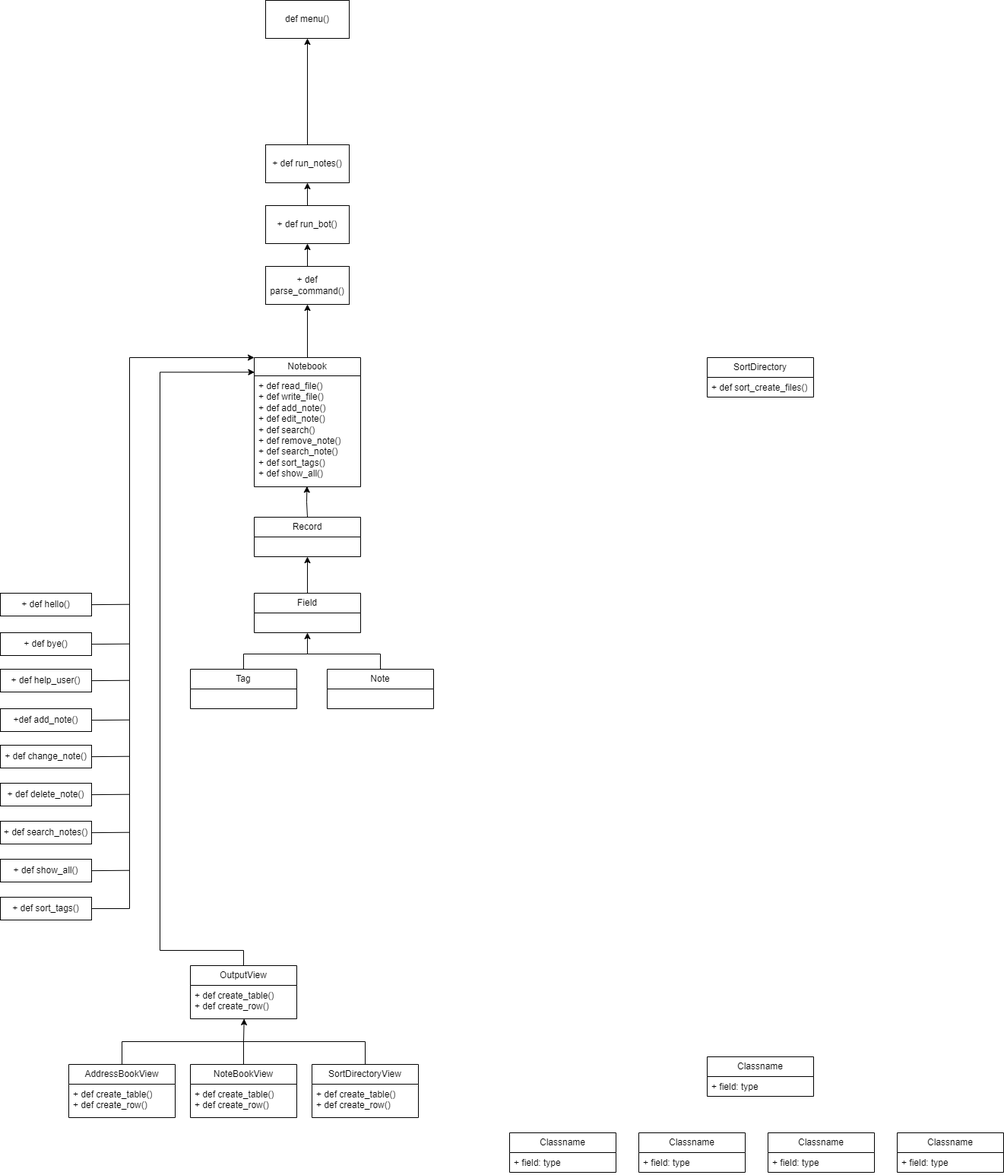
The draw.io diagram Untitled Diagram.drawio.png in dragomar14/WEB-HW-01, before a commit. Source tidied: cells renumbered, new cells last; positions are measured from the earlier drawing's top-left corner, leaving out a move shared by most shapes.
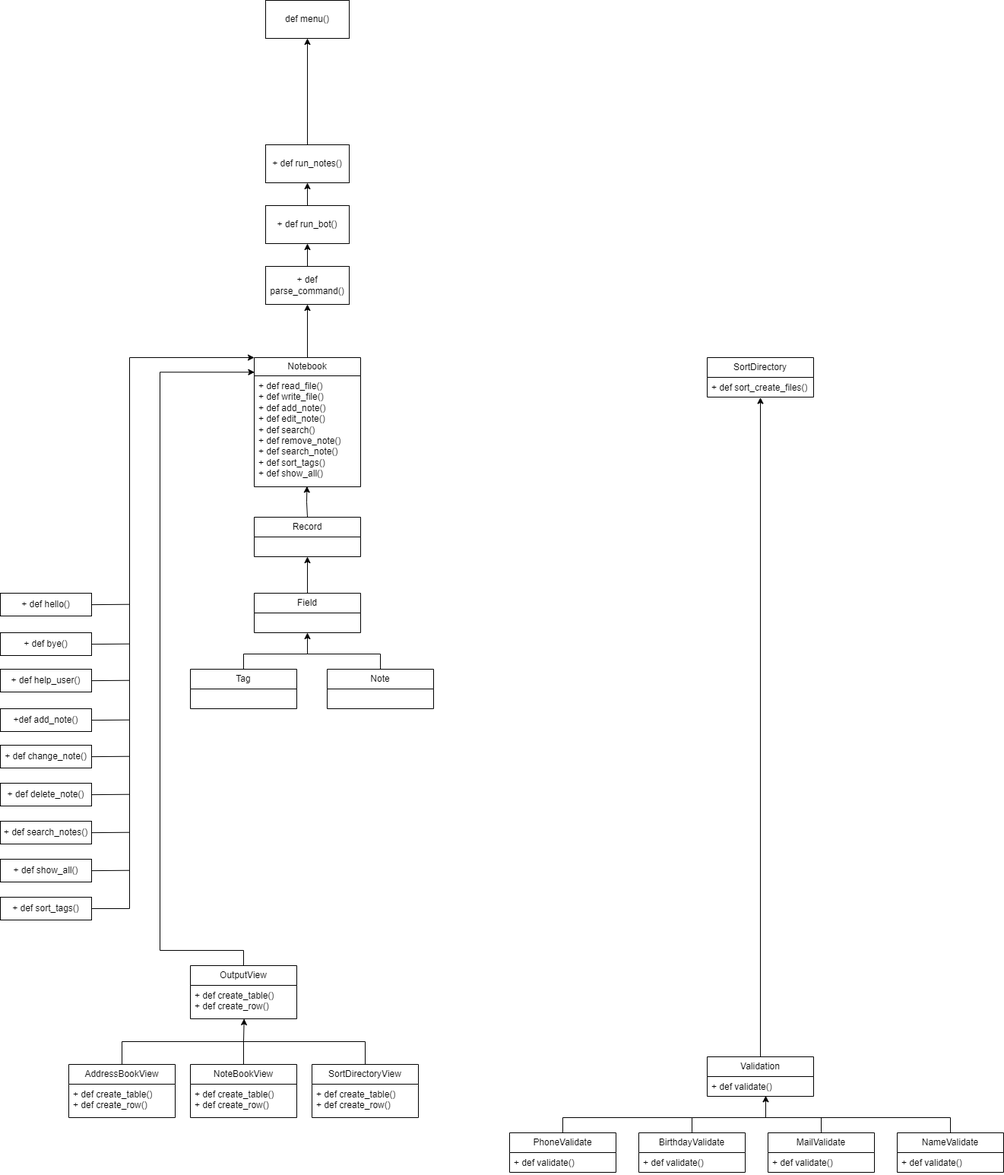
Above is the later version.

The edit, as a diff of the source:
```diff
@@ -207,34 +207,45 @@
         </Array>
       </mxGeometry>
     </mxCell>
-    <mxCell id="50" value="Classname" style="swimlane;fontStyle=0;horizontal=1;startSize=26;fillColor=none;whiteSpace=wrap;html=1;" parent="1" vertex="1">
+    <mxCell id="50" value="PhoneValidate" style="swimlane;fontStyle=0;horizontal=1;startSize=26;fillColor=none;whiteSpace=wrap;html=1;" parent="1" vertex="1">
       <mxGeometry x="670" y="1490" width="140" height="52" as="geometry" />
     </mxCell>
-    <mxCell id="51" value="+ field: type" style="text;strokeColor=none;fillColor=none;align=left;verticalAlign=top;spacingLeft=4;spacingRight=4;overflow=hidden;whiteSpace=wrap;html=1;" parent="50" vertex="1">
+    <mxCell id="51" value="+ def validate()" style="text;strokeColor=none;fillColor=none;align=left;verticalAlign=top;spacingLeft=4;spacingRight=4;overflow=hidden;whiteSpace=wrap;html=1;" parent="50" vertex="1">
       <mxGeometry y="26" width="140" height="26" as="geometry" />
     </mxCell>
+    <mxCell id="62" style="edgeStyle=orthogonalEdgeStyle;rounded=0;jettySize=auto;html=1;exitX=0.5;exitY=0;exitDx=0;exitDy=0;entryX=0.55;entryY=0.971;entryDx=0;entryDy=0;entryPerimeter=0;" parent="1" edge="1" source="52" target="59">
+      <mxGeometry relative="1" as="geometry">
+        <Array as="points">
+          <mxPoint x="910" y="1470" />
+          <mxPoint x="1007" y="1470" />
+        </Array>
+      </mxGeometry>
+    </mxCell>
-    <mxCell id="52" value="Classname" style="swimlane;fontStyle=0;horizontal=1;startSize=26;fillColor=none;whiteSpace=wrap;html=1;" parent="1" vertex="1">
+    <mxCell id="52" value="BirthdayValidate" style="swimlane;fontStyle=0;horizontal=1;startSize=26;fillColor=none;whiteSpace=wrap;html=1;" parent="1" vertex="1">
       <mxGeometry x="840" y="1490" width="140" height="52" as="geometry" />
     </mxCell>
-    <mxCell id="53" value="+ field: type" style="text;strokeColor=none;fillColor=none;align=left;verticalAlign=top;spacingLeft=4;spacingRight=4;overflow=hidden;whiteSpace=wrap;html=1;" parent="52" vertex="1">
+    <mxCell id="53" value="+ def validate()" style="text;strokeColor=none;fillColor=none;align=left;verticalAlign=top;spacingLeft=4;spacingRight=4;overflow=hidden;whiteSpace=wrap;html=1;" parent="52" vertex="1">
       <mxGeometry y="26" width="140" height="26" as="geometry" />
     </mxCell>
-    <mxCell id="54" value="Classname" style="swimlane;fontStyle=0;horizontal=1;startSize=26;fillColor=none;whiteSpace=wrap;html=1;" parent="1" vertex="1">
+    <mxCell id="54" value="MailValidate" style="swimlane;fontStyle=0;horizontal=1;startSize=26;fillColor=none;whiteSpace=wrap;html=1;" parent="1" vertex="1">
       <mxGeometry x="1010" y="1490" width="140" height="52" as="geometry" />
     </mxCell>
-    <mxCell id="55" value="+ field: type" style="text;strokeColor=none;fillColor=none;align=left;verticalAlign=top;spacingLeft=4;spacingRight=4;overflow=hidden;whiteSpace=wrap;html=1;" parent="54" vertex="1">
+    <mxCell id="55" value="+ def validate()" style="text;strokeColor=none;fillColor=none;align=left;verticalAlign=top;spacingLeft=4;spacingRight=4;overflow=hidden;whiteSpace=wrap;html=1;" parent="54" vertex="1">
       <mxGeometry y="26" width="140" height="26" as="geometry" />
     </mxCell>
-    <mxCell id="56" value="Classname" style="swimlane;fontStyle=0;horizontal=1;startSize=26;fillColor=none;whiteSpace=wrap;html=1;" parent="1" vertex="1">
+    <mxCell id="56" value="NameValidate" style="swimlane;fontStyle=0;horizontal=1;startSize=26;fillColor=none;whiteSpace=wrap;html=1;" parent="1" vertex="1">
       <mxGeometry x="1180" y="1490" width="140" height="52" as="geometry" />
     </mxCell>
-    <mxCell id="57" value="+ field: type" style="text;strokeColor=none;fillColor=none;align=left;verticalAlign=top;spacingLeft=4;spacingRight=4;overflow=hidden;whiteSpace=wrap;html=1;" parent="56" vertex="1">
+    <mxCell id="57" value="+ def validate()" style="text;strokeColor=none;fillColor=none;align=left;verticalAlign=top;spacingLeft=4;spacingRight=4;overflow=hidden;whiteSpace=wrap;html=1;" parent="56" vertex="1">
       <mxGeometry y="26" width="140" height="26" as="geometry" />
     </mxCell>
+    <mxCell id="63" style="edgeStyle=orthogonalEdgeStyle;rounded=0;jettySize=auto;html=1;exitX=0.5;exitY=0;exitDx=0;exitDy=0;entryX=0.5;entryY=1.019;entryDx=0;entryDy=0;entryPerimeter=0;" parent="1" edge="1" source="58" target="61">
+      <mxGeometry relative="1" as="geometry" />
+    </mxCell>
-    <mxCell id="58" value="Classname" style="swimlane;fontStyle=0;horizontal=1;startSize=26;fillColor=none;whiteSpace=wrap;html=1;" parent="1" vertex="1">
+    <mxCell id="58" value="Validation" style="swimlane;fontStyle=0;horizontal=1;startSize=26;fillColor=none;whiteSpace=wrap;html=1;" parent="1" vertex="1">
       <mxGeometry x="930" y="1390" width="140" height="52" as="geometry" />
     </mxCell>
-    <mxCell id="59" value="+ field: type" style="text;strokeColor=none;fillColor=none;align=left;verticalAlign=top;spacingLeft=4;spacingRight=4;overflow=hidden;points=[[0,0.5],[1,0.5]];portConstraint=eastwest;whiteSpace=wrap;html=1;" parent="58" vertex="1">
+    <mxCell id="59" value="+ def validate()" style="text;strokeColor=none;fillColor=none;align=left;verticalAlign=top;spacingLeft=4;spacingRight=4;overflow=hidden;points=[[0,0.5],[1,0.5]];portConstraint=eastwest;whiteSpace=wrap;html=1;" parent="58" vertex="1">
       <mxGeometry y="26" width="140" height="26" as="geometry" />
     </mxCell>
     <mxCell id="60" value="SortDirectory" style="swimlane;fontStyle=0;horizontal=1;startSize=26;fillColor=none;whiteSpace=wrap;html=1;" parent="1" vertex="1">
@@ -243,5 +254,27 @@
     <mxCell id="61" value="+ def sort_create_files()" style="text;strokeColor=none;fillColor=none;align=left;verticalAlign=top;spacingLeft=4;spacingRight=4;overflow=hidden;points=[[0,0.5],[1,0.5]];portConstraint=eastwest;whiteSpace=wrap;html=1;" parent="60" vertex="1">
       <mxGeometry y="26" width="140" height="26" as="geometry" />
     </mxCell>
+    <mxCell id="64" style="endArrow=none;html=1;rounded=0;exitX=0.5;exitY=0;exitDx=0;exitDy=0;" parent="1" edge="1" source="50">
+      <mxGeometry relative="1" as="geometry">
+        <mxPoint x="910" y="1470" as="targetPoint" />
+        <Array as="points">
+          <mxPoint x="740" y="1470" />
+        </Array>
+      </mxGeometry>
+    </mxCell>
+    <mxCell id="65" style="endArrow=none;html=1;rounded=0;entryX=0.5;entryY=0;entryDx=0;entryDy=0;" parent="1" edge="1" target="56">
+      <mxGeometry relative="1" as="geometry">
+        <mxPoint x="1000" y="1470" as="sourcePoint" />
+        <Array as="points">
+          <mxPoint x="1250" y="1470" />
+        </Array>
+      </mxGeometry>
+    </mxCell>
+    <mxCell id="66" style="endArrow=none;html=1;rounded=0;" parent="1" edge="1">
+      <mxGeometry relative="1" as="geometry">
+        <mxPoint x="1080" y="1490" as="sourcePoint" />
+        <mxPoint x="1080" y="1470" as="targetPoint" />
+      </mxGeometry>
+    </mxCell>
   </root>
 </mxGraphModel>
```
